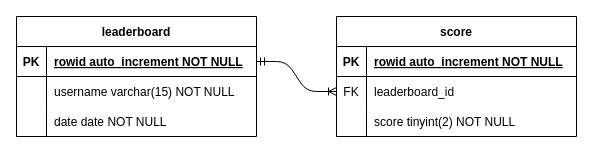
The draw.io diagram evidence/databasePlanning.drawio in hdert/python-dungeons, before the edit. Source tidied: cells renumbered, new cells numbered last; positions are measured from the earlier drawing's top-left corner, leaving out a move shared by most shapes. Both pictures are drawn from the tidied source at 100%, with x=0, y=0 at pixel (16, 16).
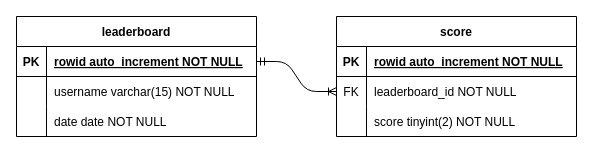
The same diagram, later.

The change refers to these unchanged cells:
```xml
<mxCell id="17" style="shape=partialRectangle;fillColor=none;top=0;left=0;bottom=0;right=0;points=[[0,0.5],[1,0.5]];portConstraint=eastwest;" parent="13" vertex="1">
  <mxGeometry y="60" width="240" height="30" as="geometry" />
</mxCell>
```

Diff of the diagram source:
```diff
@@
-    <mxCell id="19" value="leaderboard_id" style="shape=partialRectangle;fillColor=none;top=0;left=0;bottom=0;right=0;align=left;spacingLeft=6;overflow=hidden;" parent="17" vertex="1">
+    <mxCell id="19" value="leaderboard_id NOT NULL" style="shape=partialRectangle;fillColor=none;top=0;left=0;bottom=0;right=0;align=left;spacingLeft=6;overflow=hidden;" parent="17" vertex="1">
       <mxGeometry x="30" width="210" height="30" as="geometry" />
     </mxCell>
```
